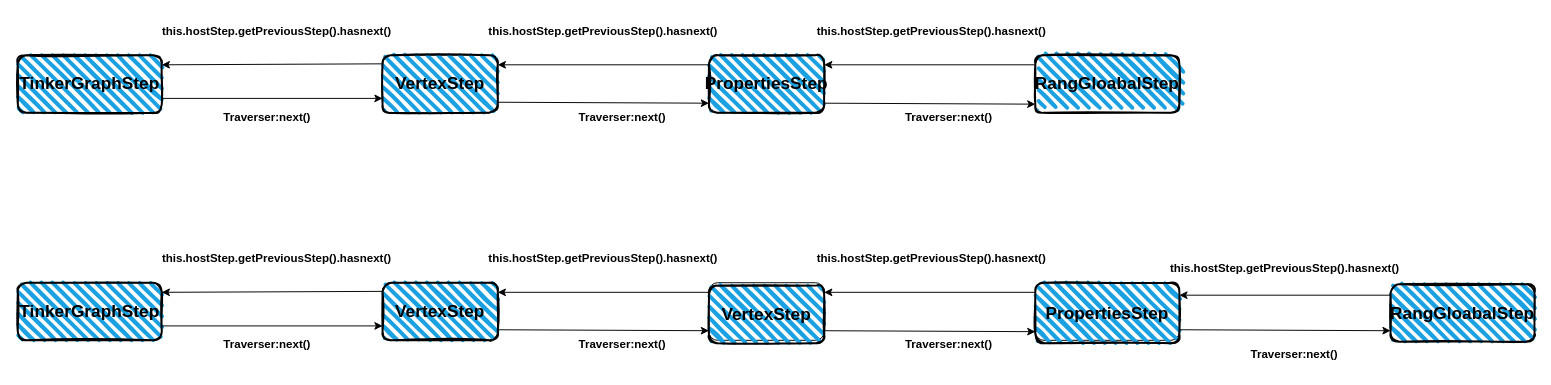
JackyYangPassion/DrawSketch keeps this draw.io diagram as TinkerPopTraversal2Hop.drawio. Above is the earlier version. Source tidied: cells renumbered, new cells numbered last; positions are measured from the earlier drawing's top-left corner, leaving out a move shared by most shapes. Both pictures are drawn from the tidied source at 96%, with x=0, y=0 at pixel (17, 16).
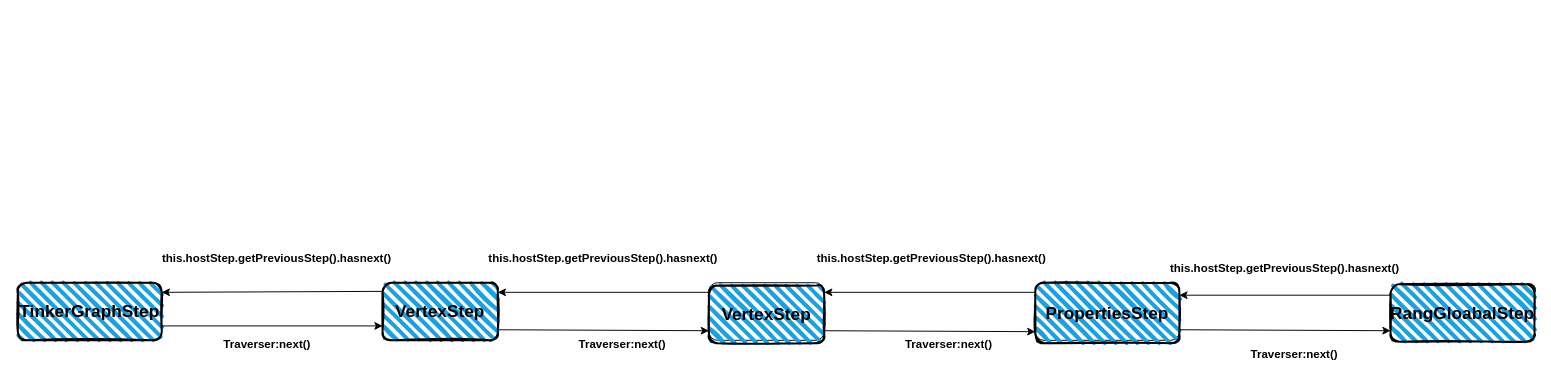
The same page after the edit.

Diff of the diagram source:
```diff
@@
-    <mxCell id="2" style="rounded=1;whiteSpace=wrap;html=1;" parent="1" vertex="1">
-      <mxGeometry y="40" width="150" height="60" as="geometry" />
-    </mxCell>
-    <mxCell id="3" style="rounded=1;whiteSpace=wrap;html=1;" parent="1" vertex="1">
-      <mxGeometry x="380" y="40" width="120" height="60" as="geometry" />
-    </mxCell>
-    <mxCell id="4" style="rounded=1;whiteSpace=wrap;html=1;" parent="1" vertex="1">
-      <mxGeometry x="720" y="40" width="120" height="60" as="geometry" />
-    </mxCell>
-    <mxCell id="5" style="rounded=1;whiteSpace=wrap;html=1;" parent="1" vertex="1">
-      <mxGeometry x="1060" y="40" width="150" height="60" as="geometry" />
-    </mxCell>
-    <mxCell id="6" value="&lt;b&gt;&lt;font style=&quot;font-size: 18px;&quot;&gt;TinkerGraphStep&lt;/font&gt;&lt;/b&gt;" style="rounded=1;whiteSpace=wrap;html=1;strokeWidth=2;fillWeight=4;hachureGap=8;hachureAngle=45;fillColor=#1ba1e2;sketch=1;" parent="1" vertex="1">
-      <mxGeometry y="40" width="150" height="60" as="geometry" />
-    </mxCell>
-    <mxCell id="7" value="&lt;b&gt;&lt;font style=&quot;font-size: 18px;&quot;&gt;VertexStep&lt;/font&gt;&lt;/b&gt;" style="rounded=1;whiteSpace=wrap;html=1;strokeWidth=2;fillWeight=4;hachureGap=8;hachureAngle=45;fillColor=#1ba1e2;sketch=1;" parent="1" vertex="1">
-      <mxGeometry x="380" y="40" width="120" height="60" as="geometry" />
-    </mxCell>
-    <mxCell id="8" value="&lt;b&gt;&lt;font style=&quot;font-size: 18px;&quot;&gt;PropertiesStep&lt;/font&gt;&lt;/b&gt;" style="rounded=1;whiteSpace=wrap;html=1;strokeWidth=2;fillWeight=4;hachureGap=8;hachureAngle=45;fillColor=#1ba1e2;sketch=1;" parent="1" vertex="1">
-      <mxGeometry x="720" y="40" width="120" height="60" as="geometry" />
-    </mxCell>
-    <mxCell id="9" value="&lt;b&gt;&lt;font style=&quot;font-size: 18px;&quot;&gt;RangGloabalStep&lt;/font&gt;&lt;/b&gt;" style="rounded=1;whiteSpace=wrap;html=1;strokeWidth=2;fillWeight=4;hachureGap=8;hachureAngle=45;fillColor=#1ba1e2;sketch=1;" parent="1" vertex="1">
-      <mxGeometry x="1060" y="40" width="150" height="60" as="geometry" />
-    </mxCell>
-    <mxCell id="10" value="&lt;b&gt;this.hostStep.getPreviousStep().hasnext()&lt;/b&gt;" style="text;html=1;strokeColor=none;fillColor=none;align=center;verticalAlign=middle;whiteSpace=wrap;rounded=0;" parent="1" vertex="1">
-      <mxGeometry x="922" width="60" height="30" as="geometry" />
-    </mxCell>
-    <mxCell id="11" style="endArrow=classic;html=1;rounded=0;" parent="1" edge="1">
-      <mxGeometry relative="1" as="geometry">
-        <mxPoint x="500" y="89" as="sourcePoint" />
-        <mxPoint x="720" y="90" as="targetPoint" />
-      </mxGeometry>
-    </mxCell>
-    <mxCell id="12" style="endArrow=classic;html=1;rounded=0;entryX=0;entryY=0.75;entryDx=0;entryDy=0;exitX=1;exitY=0.75;exitDx=0;exitDy=0;" parent="1" edge="1" source="2" target="3">
-      <mxGeometry relative="1" as="geometry" />
-    </mxCell>
-    <mxCell id="13" style="endArrow=classic;html=1;rounded=0;" parent="1" edge="1">
-      <mxGeometry relative="1" as="geometry">
-        <mxPoint x="1060" y="50" as="sourcePoint" />
-        <mxPoint x="840" y="50" as="targetPoint" />
-      </mxGeometry>
-    </mxCell>
-    <mxCell id="14" style="endArrow=classic;html=1;rounded=0;" parent="1" edge="1">
-      <mxGeometry relative="1" as="geometry">
-        <mxPoint x="840" y="90" as="sourcePoint" />
-        <mxPoint x="1060" y="91" as="targetPoint" />
-      </mxGeometry>
-    </mxCell>
-    <mxCell id="15" style="endArrow=classic;html=1;rounded=0;" parent="1" edge="1">
-      <mxGeometry relative="1" as="geometry">
-        <mxPoint x="720" y="50" as="sourcePoint" />
-        <mxPoint x="500" y="50" as="targetPoint" />
-      </mxGeometry>
-    </mxCell>
-    <mxCell id="16" style="endArrow=classic;html=1;rounded=0;exitX=0.008;exitY=0.15;exitDx=0;exitDy=0;exitPerimeter=0;" parent="1" edge="1" source="3">
-      <mxGeometry relative="1" as="geometry">
-        <mxPoint x="150" y="50" as="targetPoint" />
-      </mxGeometry>
-    </mxCell>
-    <mxCell id="17" value="&lt;b&gt;this.hostStep.getPreviousStep().hasnext()&lt;/b&gt;" style="text;html=1;strokeColor=none;fillColor=none;align=center;verticalAlign=middle;whiteSpace=wrap;rounded=0;" parent="1" vertex="1">
-      <mxGeometry x="580" width="60" height="30" as="geometry" />
-    </mxCell>
-    <mxCell id="18" value="&lt;b&gt;this.hostStep.getPreviousStep().hasnext()&lt;/b&gt;" style="text;html=1;strokeColor=none;fillColor=none;align=center;verticalAlign=middle;whiteSpace=wrap;rounded=0;" parent="1" vertex="1">
-      <mxGeometry x="240" width="60" height="30" as="geometry" />
-    </mxCell>
-    <mxCell id="19" value="&lt;b&gt;Traverser:next()&lt;/b&gt;" style="text;html=1;strokeColor=none;fillColor=none;align=center;verticalAlign=middle;whiteSpace=wrap;rounded=0;" parent="1" vertex="1">
-      <mxGeometry x="230" y="90" width="60" height="30" as="geometry" />
-    </mxCell>
-    <mxCell id="20" value="&lt;b&gt;Traverser:next()&lt;/b&gt;" style="text;html=1;strokeColor=none;fillColor=none;align=center;verticalAlign=middle;whiteSpace=wrap;rounded=0;" parent="1" vertex="1">
-      <mxGeometry x="600" y="90" width="60" height="30" as="geometry" />
-    </mxCell>
-    <mxCell id="21" value="&lt;b&gt;Traverser:next()&lt;/b&gt;" style="text;html=1;strokeColor=none;fillColor=none;align=center;verticalAlign=middle;whiteSpace=wrap;rounded=0;" parent="1" vertex="1">
-      <mxGeometry x="940" y="90" width="60" height="30" as="geometry" />
-    </mxCell>
```
